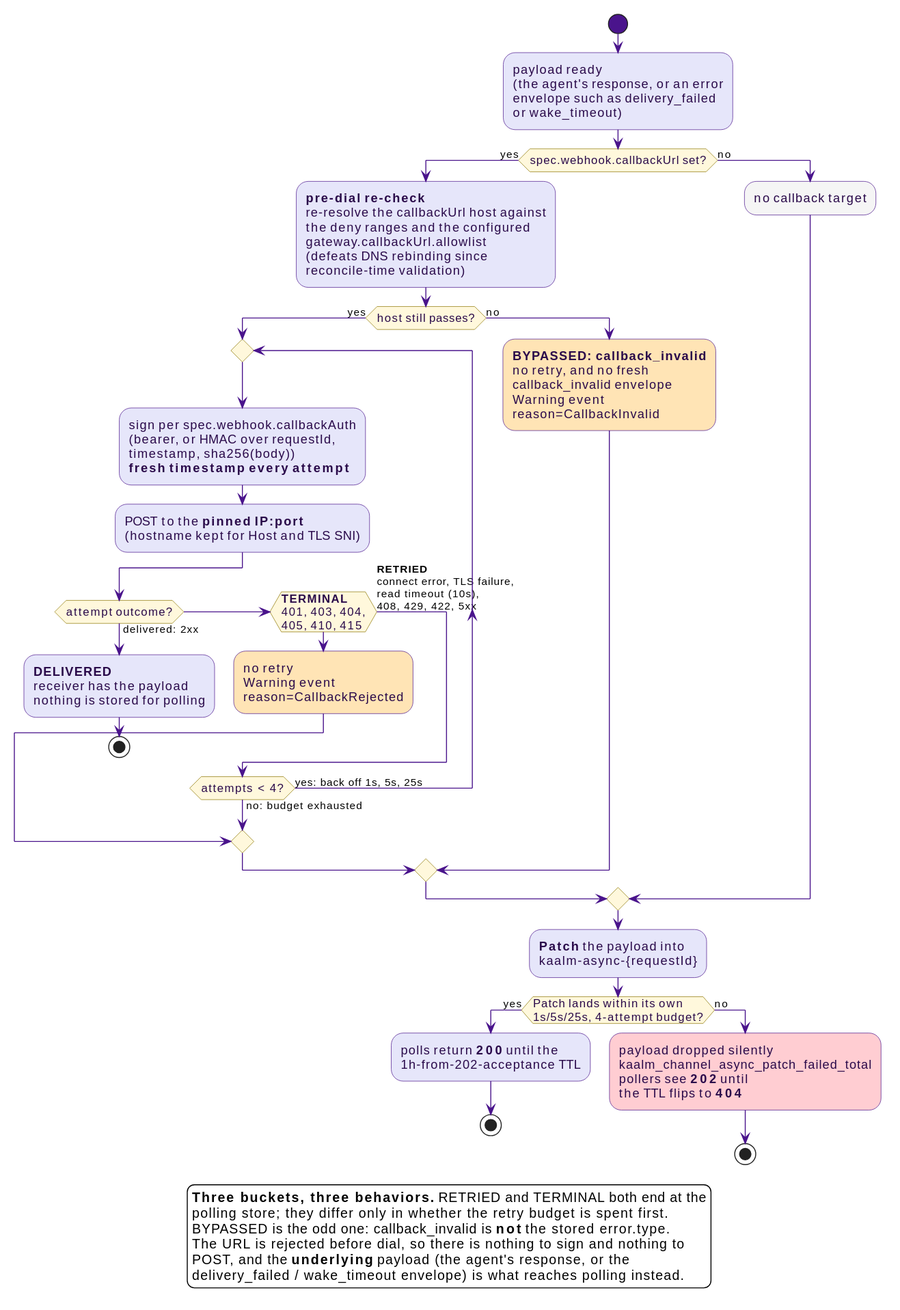
The PlantUML diagram docs/src/diagrams/async-callback-delivery.svg in win07xp/kaalm, before a commit. Its diagram source:
```plantuml
@startuml
!include _style.puml
skinparam wrapWidth 260

start
:payload ready
(the agent's response, or an error
envelope such as delivery_failed
or wake_timeout);

if (spec.webhook.callbackUrl set?) then (yes)

  :**pre-dial re-check**
  re-resolve the callbackUrl host against
  the deny ranges and the configured
  gateway.callbackUrl.allowlist
  (defeats DNS rebinding since
  reconcile-time validation);

  if (host still passes?) then (yes)

    repeat
      :sign per spec.webhook.callbackAuth
      (bearer, or HMAC over requestId,
      timestamp, sha256(body))
      **fresh timestamp every attempt**;
      :POST to the **pinned IP:port**
      (hostname kept for Host and TLS SNI);

      if (attempt outcome?) then (delivered: 2xx)
        :**DELIVERED**
        receiver has the payload
        nothing is stored for polling;
        stop
      elseif (**TERMINAL**\n401, 403, 404,\n405, 410, 415) then
        :no retry
        Warning event
        reason=CallbackRejected; <<#FFE4B5>>
        break
      else (**RETRIED**\nconnect error, TLS failure,\nread timeout (10s),\n408, 429, 422, 5xx)
      endif
    repeat while (attempts < 4?) is (yes: back off 1s, 5s, 25s) not (no: budget exhausted)

  else (no)
    :**BYPASSED: callback_invalid**
    no retry, and no fresh
    callback_invalid envelope
    Warning event
    reason=CallbackInvalid; <<#FFE4B5>>
  endif

else (no)
  :no callback target; <<#F5F5F5>>
endif

:**Patch** the payload into
kaalm-async-{requestId};

if (Patch lands within its own\n1s/5s/25s, 4-attempt budget?) then (yes)
  :polls return **200** until the
  1h-from-202-acceptance TTL;
  stop
else (no)
  :payload dropped silently
  kaalm_channel_async_patch_failed_total
  pollers see **202** until
  the TTL flips to **404**; <<#FFCDD2>>
  stop
endif

legend bottom
  **Three buckets, three behaviors.** RETRIED and TERMINAL both end at the
  polling store; they differ only in whether the retry budget is spent first.
  BYPASSED is the odd one: callback_invalid is **not** the stored error.type.
  The URL is rejected before dial, so there is nothing to sign and nothing to
  POST, and the **underlying** payload (the agent's response, or the
  delivery_failed / wake_timeout envelope) is what reaches polling instead.
endlegend
@enduml
```
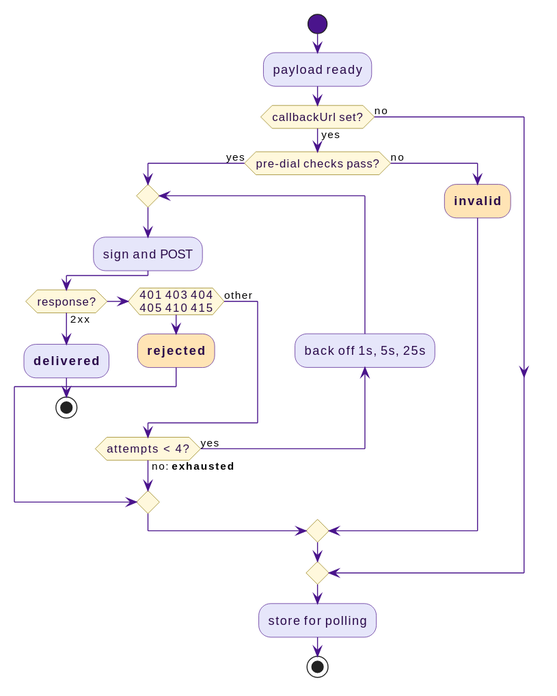
Later version of the same file.

What changed in the source:
```diff
@@ -1,79 +1,29 @@
 @startuml
 !include _style.puml
-skinparam wrapWidth 260
 
 start
-:payload ready
-(the agent's response, or an error
-envelope such as delivery_failed
-or wake_timeout);
+:payload ready;
 
-if (spec.webhook.callbackUrl set?) then (yes)
-
-  :**pre-dial re-check**
-  re-resolve the callbackUrl host against
-  the deny ranges and the configured
-  gateway.callbackUrl.allowlist
-  (defeats DNS rebinding since
-  reconcile-time validation);
-
-  if (host still passes?) then (yes)
-
+if (callbackUrl set?) then (yes)
+  if (pre-dial checks pass?) then (yes)
     repeat
-      :sign per spec.webhook.callbackAuth
-      (bearer, or HMAC over requestId,
-      timestamp, sha256(body))
-      **fresh timestamp every attempt**;
-      :POST to the **pinned IP:port**
-      (hostname kept for Host and TLS SNI);
-
-      if (attempt outcome?) then (delivered: 2xx)
-        :**DELIVERED**
-        receiver has the payload
-        nothing is stored for polling;
+      :sign and POST;
+      if (response?) then (2xx)
+        :**delivered**;
         stop
-      elseif (**TERMINAL**\n401, 403, 404,\n405, 410, 415) then
-        :no retry
-        Warning event
-        reason=CallbackRejected; <<#FFE4B5>>
+      elseif (401 403 404\n405 410 415) then
+        :**rejected**; <<#FFE4B5>>
         break
-      else (**RETRIED**\nconnect error, TLS failure,\nread timeout (10s),\n408, 429, 422, 5xx)
+      else (other)
       endif
-    repeat while (attempts < 4?) is (yes: back off 1s, 5s, 25s) not (no: budget exhausted)
-
+    backward :back off 1s, 5s, 25s;
+    repeat while (attempts < 4?) is (yes) not (no: **exhausted**)
   else (no)
-    :**BYPASSED: callback_invalid**
-    no retry, and no fresh
-    callback_invalid envelope
-    Warning event
-    reason=CallbackInvalid; <<#FFE4B5>>
+    :**invalid**; <<#FFE4B5>>
   endif
-
 else (no)
-  :no callback target; <<#F5F5F5>>
 endif
 
-:**Patch** the payload into
-kaalm-async-{requestId};
-
-if (Patch lands within its own\n1s/5s/25s, 4-attempt budget?) then (yes)
-  :polls return **200** until the
-  1h-from-202-acceptance TTL;
-  stop
-else (no)
-  :payload dropped silently
-  kaalm_channel_async_patch_failed_total
-  pollers see **202** until
-  the TTL flips to **404**; <<#FFCDD2>>
-  stop
-endif
-
-legend bottom
-  **Three buckets, three behaviors.** RETRIED and TERMINAL both end at the
-  polling store; they differ only in whether the retry budget is spent first.
-  BYPASSED is the odd one: callback_invalid is **not** the stored error.type.
-  The URL is rejected before dial, so there is nothing to sign and nothing to
-  POST, and the **underlying** payload (the agent's response, or the
-  delivery_failed / wake_timeout envelope) is what reaches polling instead.
-endlegend
+:store for polling;
+stop
 @enduml
```
